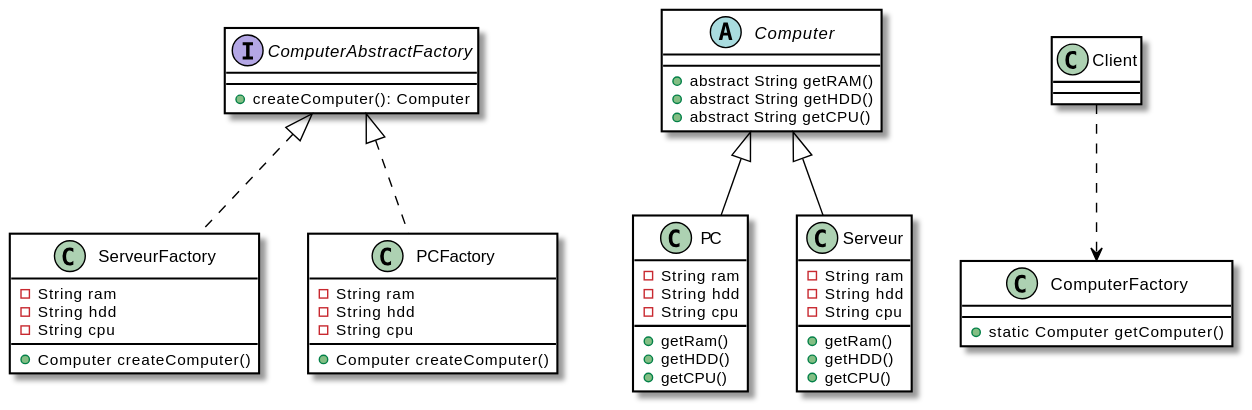
The PlantUML diagram img/AbstractFactory.svg in florianley/florianley.github.io, before a commit. Its source is kept beside it as source/plantuml/designPattern/AbstractFactory.puml.
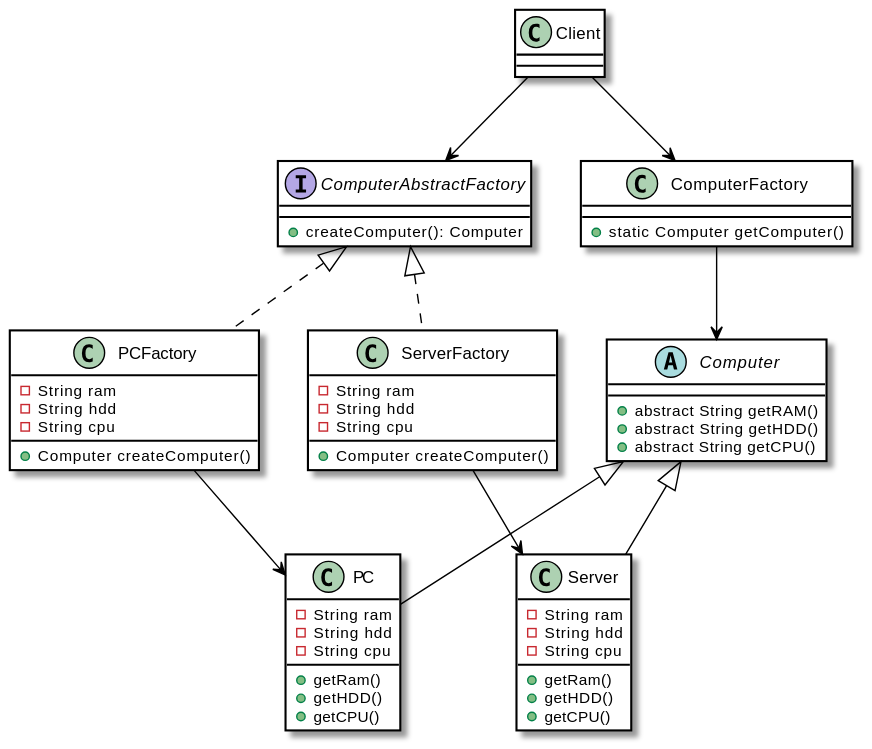
The same diagram one commit later.

The edit, as a diff of the source:
```diff
@@ -62,7 +62,7 @@
 + static Computer getComputer()
 }
 
-class Serveur{
+class Server{
 - String ram
 - String hdd
 - String cpu
@@ -71,7 +71,7 @@
 + getCPU()
 }
 
-class ServeurFactory{
+class ServerFactory{
 - String ram
 - String hdd
 - String cpu
@@ -90,8 +90,14 @@
 }
 
 Computer <|-- PC
-Computer <|-- Serveur
-Client ..> ComputerFactory
+Computer <|-- Server
+Client --> ComputerFactory
 ComputerAbstractFactory <|.. PCFactory
-ComputerAbstractFactory <|.. ServeurFactory
+ComputerAbstractFactory <|.. ServerFactory
+Client --> ComputerAbstractFactory
+ServerFactory --> Server
+PCFactory --> PC
+ComputerFactory --> Computer
+
+
 @enduml
```
